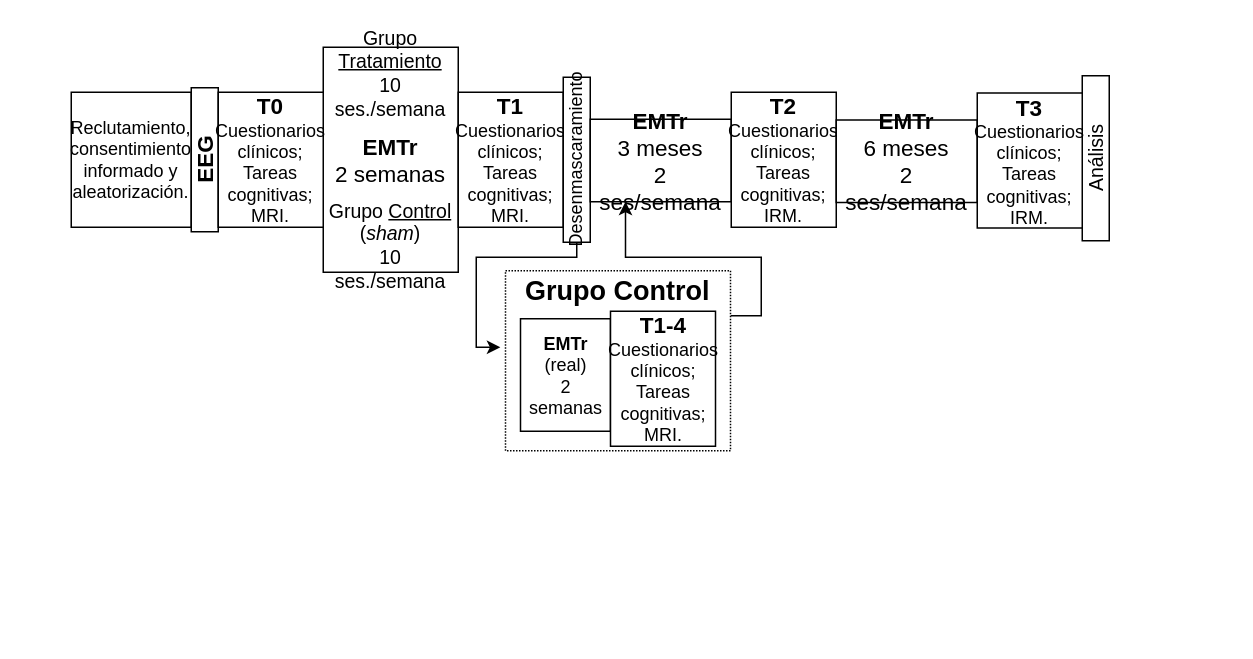
Above: Figures/Des1.drawio in soffiafdz/TesisINB (draw.io), before the change. Source tidied: cells renumbered, new cells numbered last; positions are measured from the earlier drawing's top-left corner, leaving out a move shared by most shapes. Both pictures are drawn from the tidied source at 150%, with x=0, y=0 at pixel (70, 46).
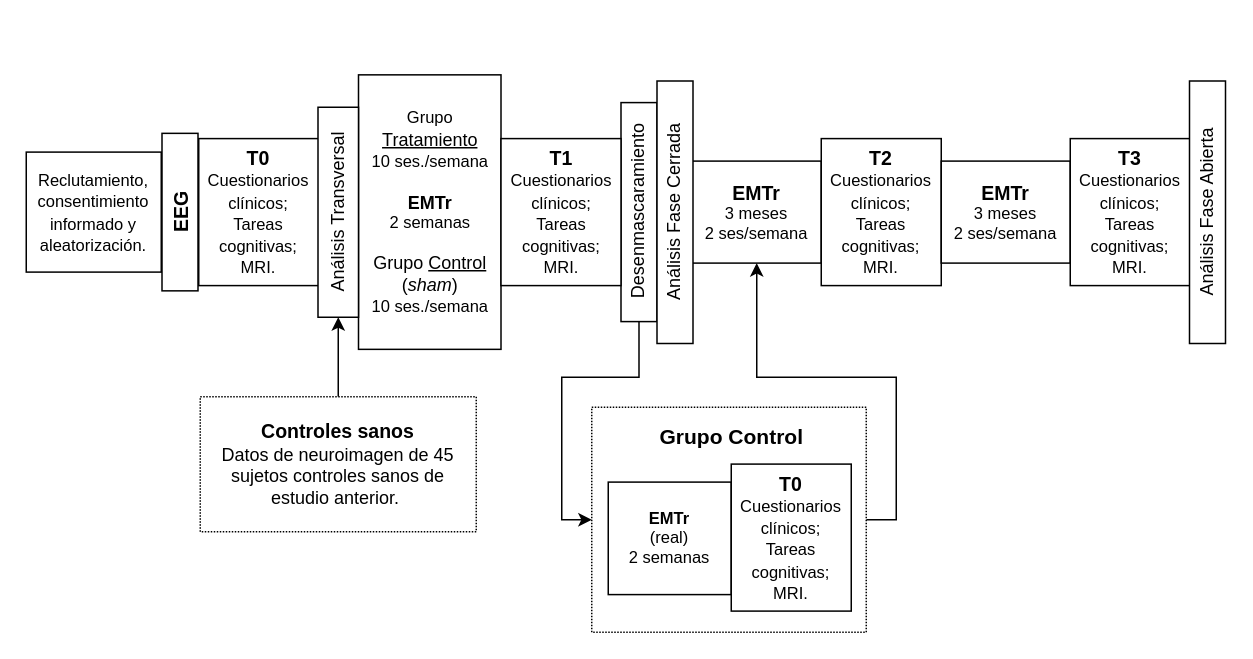
Above is the later version.

Diff of the diagram source:
```diff
@@
-    <mxCell id="2" style="edgeStyle=orthogonalEdgeStyle;rounded=0;jettySize=auto;html=1;exitX=1;exitY=0.25;exitDx=0;exitDy=0;entryX=0.25;entryY=1;entryDx=0;entryDy=0;" parent="1" edge="1" source="3" target="13">
+    <mxCell id="2" style="edgeStyle=orthogonalEdgeStyle;rounded=0;jettySize=auto;html=1;entryX=0.5;entryY=1;entryDx=0;entryDy=0;exitX=1;exitY=0.5;exitDx=0;exitDy=0;" parent="1" edge="1" source="3" target="13">
       <mxGeometry relative="1" as="geometry">
         <Array as="points">
-          <mxPoint x="460" y="179" />
-          <mxPoint x="460" y="140" />
-          <mxPoint x="370" y="140" />
+          <mxPoint x="550" y="315" />
+          <mxPoint x="550" y="220" />
+          <mxPoint x="457" y="220" />
         </Array>
       </mxGeometry>
     </mxCell>
     <mxCell id="3" style="rounded=0;whiteSpace=wrap;html=1;dashed=1;dashPattern=1 1;rotation=0;" parent="1" vertex="1">
-      <mxGeometry x="289.5" y="149" width="150" height="120" as="geometry" />
+      <mxGeometry x="347" y="240" width="183" height="150" as="geometry" />
     </mxCell>
-    <mxCell id="4" value="&lt;font style=&quot;font-size: 12px&quot;&gt;Reclutamiento, &lt;br&gt;consentimiento informado y aleatorización.&lt;br&gt;&lt;/font&gt;" style="rounded=0;whiteSpace=wrap;html=1;rotation=0;" parent="1" vertex="1">
-      <mxGeometry y="30" width="80" height="90" as="geometry" />
+    <mxCell id="4" value="&lt;font style=&quot;font-size: 11px&quot;&gt;Reclutamiento, &lt;br&gt;consentimiento informado y aleatorización.&lt;br&gt;&lt;/font&gt;" style="rounded=0;whiteSpace=wrap;html=1;rotation=0;" parent="1" vertex="1">
+      <mxGeometry x="-30" y="69.9" width="90" height="80" as="geometry" />
     </mxCell>
-    <mxCell id="5" value="&lt;h2 style=&quot;font-size: 15px&quot;&gt;&lt;font style=&quot;font-size: 15px&quot;&gt;EEG&lt;/font&gt;&lt;/h2&gt;" style="rounded=0;whiteSpace=wrap;html=1;rotation=-90;" parent="1" vertex="1">
-      <mxGeometry x="41" y="66" width="96" height="18" as="geometry" />
+    <mxCell id="5" value="&lt;h2&gt;&lt;font style=&quot;font-size: 13px&quot;&gt;EEG&lt;/font&gt;&lt;/h2&gt;" style="rounded=0;whiteSpace=wrap;html=1;rotation=-90;" parent="1" vertex="1">
+      <mxGeometry x="20" y="97.9" width="105" height="24" as="geometry" />
     </mxCell>
-    <mxCell id="6" value="&lt;font style=&quot;font-size: 13px&quot;&gt;Grupo &lt;u&gt;Tratamiento&lt;/u&gt;&lt;br&gt;10 ses./semana&lt;/font&gt;&lt;font style=&quot;font-size: 12px&quot;&gt;&lt;br&gt;&lt;/font&gt;&lt;div style=&quot;font-size: 7px&quot;&gt;&lt;font style=&quot;font-size: 7px&quot;&gt;&lt;br&gt;&lt;/font&gt;&lt;/div&gt;&lt;div style=&quot;font-size: 15px&quot;&gt;&lt;font style=&quot;font-size: 15px&quot;&gt;&lt;b&gt;EMTr&lt;/b&gt;&lt;br&gt;2 semanas&lt;br&gt;&lt;/font&gt;&lt;/div&gt;&lt;div style=&quot;font-size: 7px&quot;&gt;&lt;font style=&quot;font-size: 7px&quot;&gt;&lt;br&gt;&lt;/font&gt;&lt;/div&gt;&lt;div style=&quot;font-size: 13px&quot;&gt;&lt;font style=&quot;font-size: 13px&quot;&gt;Grupo &lt;u&gt;Control&lt;/u&gt;&lt;br&gt;(&lt;i&gt;sham&lt;/i&gt;)&lt;br&gt;10 ses./semana&lt;br&gt;&lt;/font&gt;&lt;/div&gt;" style="rounded=0;whiteSpace=wrap;html=1;rotation=0;" parent="1" vertex="1">
-      <mxGeometry x="168" width="90" height="150" as="geometry" />
+    <mxCell id="6" value="&lt;font style=&quot;font-size: 11px&quot;&gt;&lt;font style=&quot;font-size: 11px&quot;&gt;Grupo &lt;u style=&quot;font-size: 12px&quot;&gt;Tratamiento&lt;/u&gt;&lt;br&gt;&lt;font style=&quot;font-size: 11px&quot;&gt;10 ses./semana&lt;/font&gt;&lt;/font&gt;&lt;font style=&quot;font-size: 11px&quot;&gt;&lt;br&gt;&lt;/font&gt;&lt;/font&gt;&lt;div style=&quot;font-size: 11px&quot;&gt;&lt;font style=&quot;font-size: 11px&quot;&gt;&lt;br&gt;&lt;/font&gt;&lt;/div&gt;&lt;div style=&quot;font-size: 11px&quot;&gt;&lt;font style=&quot;font-size: 11px&quot;&gt;&lt;b style=&quot;font-size: 12px&quot;&gt;EMTr&lt;/b&gt;&lt;br&gt;&lt;font style=&quot;font-size: 11px&quot;&gt;2 semanas&lt;br&gt;&lt;/font&gt;&lt;/font&gt;&lt;/div&gt;&lt;div style=&quot;font-size: 11px&quot;&gt;&lt;font style=&quot;font-size: 11px&quot;&gt;&lt;br&gt;&lt;/font&gt;&lt;/div&gt;&lt;div&gt;&lt;font&gt;Grupo &lt;u style=&quot;font-size: 12px&quot;&gt;Control&lt;/u&gt;&lt;br&gt;(&lt;i style=&quot;font-size: 12px&quot;&gt;sham&lt;/i&gt;)&lt;br&gt;&lt;font style=&quot;font-size: 11px&quot;&gt;10 ses./semana&lt;/font&gt;&lt;br&gt;&lt;/font&gt;&lt;/div&gt;" style="rounded=0;whiteSpace=wrap;html=1;rotation=0;" parent="1" vertex="1">
+      <mxGeometry x="191.5" y="18.4" width="95" height="183" as="geometry" />
     </mxCell>
-    <mxCell id="7" value="&lt;font style=&quot;font-size: 15px&quot;&gt;&lt;b&gt;&lt;font style=&quot;font-size: 15px&quot;&gt;T0&lt;/font&gt;&lt;/b&gt;&lt;/font&gt;&lt;br&gt;Cuestionarios clínicos;&lt;br&gt;Tareas cognitivas;&lt;br&gt;MRI." style="rounded=0;whiteSpace=wrap;html=1;rotation=0;" parent="1" vertex="1">
-      <mxGeometry x="98" y="30" width="70" height="90" as="geometry" />
+    <mxCell id="7" value="&lt;font&gt;&lt;b&gt;&lt;font style=&quot;font-size: 13px&quot;&gt;T0&lt;/font&gt;&lt;/b&gt;&lt;/font&gt;&lt;br&gt;&lt;font style=&quot;font-size: 11px&quot;&gt;Cuestionarios clínicos;&lt;br&gt;Tareas cognitivas;&lt;br&gt;MRI.&lt;/font&gt;" style="rounded=0;whiteSpace=wrap;html=1;rotation=0;" parent="1" vertex="1">
+      <mxGeometry x="85" y="60.9" width="80" height="98" as="geometry" />
     </mxCell>
-    <mxCell id="8" value="&lt;font style=&quot;font-size: 15px&quot;&gt;&lt;b&gt;&lt;font style=&quot;font-size: 15px&quot;&gt;T1&lt;/font&gt;&lt;/b&gt;&lt;/font&gt;&lt;br&gt;Cuestionarios clínicos;&lt;br&gt;Tareas cognitivas;&lt;br&gt;MRI." style="rounded=0;whiteSpace=wrap;html=1;rotation=0;" parent="1" vertex="1">
-      <mxGeometry x="258" y="30" width="70" height="90" as="geometry" />
-    </mxCell>
-    <mxCell id="9" style="edgeStyle=orthogonalEdgeStyle;rounded=0;jettySize=auto;html=1;entryX=-0.023;entryY=0.425;entryDx=0;entryDy=0;entryPerimeter=0;" parent="1" edge="1" source="10" target="3">
+    <mxCell id="9" style="edgeStyle=orthogonalEdgeStyle;rounded=0;jettySize=auto;html=1;exitX=0;exitY=0.5;exitDx=0;exitDy=0;entryX=0;entryY=0.5;entryDx=0;entryDy=0;" parent="1" edge="1" source="10" target="3">
       <mxGeometry relative="1" as="geometry">
         <Array as="points">
-          <mxPoint x="337" y="140" />
-          <mxPoint x="270" y="140" />
-          <mxPoint x="270" y="200" />
+          <mxPoint x="378" y="220" />
+          <mxPoint x="327" y="220" />
+          <mxPoint x="327" y="315" />
         </Array>
       </mxGeometry>
     </mxCell>
     <mxCell id="10" value="&lt;div&gt;Desenmascaramiento&lt;/div&gt;" style="rounded=0;whiteSpace=wrap;html=1;rotation=-90;" parent="1" vertex="1">
-      <mxGeometry x="282" y="66" width="110" height="18" as="geometry" />
+      <mxGeometry x="305.5" y="97.9" width="146" height="24" as="geometry" />
     </mxCell>
-    <mxCell id="11" value="&lt;div&gt;&lt;b&gt;EMTr&lt;br&gt;&lt;/b&gt;(real)&lt;br&gt;2 semanas&lt;/div&gt;" style="rounded=0;whiteSpace=wrap;html=1;rotation=0;" parent="1" vertex="1">
-      <mxGeometry x="299.5" y="181" width="60" height="75" as="geometry" />
+    <mxCell id="11" value="&lt;div style=&quot;font-size: 11px&quot;&gt;&lt;b&gt;EMTr&lt;br&gt;&lt;/b&gt;(real)&lt;br&gt;2 semanas&lt;/div&gt;" style="rounded=0;whiteSpace=wrap;html=1;rotation=0;" parent="1" vertex="1">
+      <mxGeometry x="358" y="289.9" width="82" height="75" as="geometry" />
     </mxCell>
-    <mxCell id="12" value="&lt;font style=&quot;font-size: 15px&quot;&gt;&lt;b&gt;&lt;font style=&quot;font-size: 15px&quot;&gt;T1-4&lt;/font&gt;&lt;/b&gt;&lt;/font&gt;&lt;br&gt;Cuestionarios clínicos;&lt;br&gt;Tareas cognitivas;&lt;br&gt;MRI." style="rounded=0;whiteSpace=wrap;html=1;rotation=0;" parent="1" vertex="1">
-      <mxGeometry x="359.5" y="176" width="70" height="90" as="geometry" />
-    </mxCell>
-    <mxCell id="13" value="&lt;font style=&quot;font-size: 15px&quot;&gt;&lt;b&gt;EMTr&lt;/b&gt;&lt;/font&gt;&lt;br&gt;&lt;div style=&quot;font-size: 15px&quot;&gt;&lt;font style=&quot;font-size: 15px&quot;&gt;3 meses&lt;br&gt;&lt;/font&gt;&lt;/div&gt;&lt;div style=&quot;font-size: 15px&quot;&gt;&lt;font style=&quot;font-size: 15px&quot;&gt;2 ses/semana&lt;br&gt;&lt;/font&gt;&lt;/div&gt;" style="rounded=0;whiteSpace=wrap;html=1;rotation=0;" parent="1" vertex="1">
-      <mxGeometry x="346" y="48" width="94" height="55" as="geometry" />
+    <mxCell id="13" value="&lt;font style=&quot;font-size: 13px&quot;&gt;&lt;font style=&quot;font-size: 13px&quot;&gt;&lt;b&gt;EMTr&lt;/b&gt;&lt;/font&gt;&lt;br&gt;&lt;/font&gt;&lt;div style=&quot;font-size: 11px&quot;&gt;&lt;font style=&quot;font-size: 11px&quot;&gt;3 meses&lt;br&gt;&lt;/font&gt;&lt;/div&gt;&lt;div style=&quot;font-size: 11px&quot;&gt;&lt;font style=&quot;font-size: 11px&quot;&gt;2 ses/semana&lt;br&gt;&lt;/font&gt;&lt;/div&gt;" style="rounded=0;whiteSpace=wrap;html=1;rotation=0;" parent="1" vertex="1">
+      <mxGeometry x="414" y="75.9" width="86" height="68" as="geometry" />
     </mxCell>
-    <mxCell id="14" value="&lt;font style=&quot;font-size: 15px&quot;&gt;&lt;b&gt;&lt;font style=&quot;font-size: 15px&quot;&gt;T2&lt;/font&gt;&lt;/b&gt;&lt;/font&gt;&lt;br&gt;Cuestionarios clínicos;&lt;br&gt;Tareas cognitivas;&lt;br&gt;IRM." style="rounded=0;whiteSpace=wrap;html=1;rotation=0;" parent="1" vertex="1">
-      <mxGeometry x="440" y="30" width="70" height="90" as="geometry" />
-    </mxCell>
-    <mxCell id="15" value="&lt;b&gt;&lt;font style=&quot;font-size: 18px&quot;&gt;Grupo Control&lt;/font&gt;&lt;/b&gt;" style="text;html=1;strokeColor=none;fillColor=none;align=center;verticalAlign=middle;whiteSpace=wrap;rounded=0;dashed=1;dashPattern=1 1;rotation=0;" parent="1" vertex="1">
-      <mxGeometry x="282" y="153" width="165" height="20" as="geometry" />
+    <mxCell id="15" value="&lt;b&gt;&lt;font style=&quot;font-size: 14px&quot;&gt;Grupo Control&lt;/font&gt;&lt;/b&gt;" style="text;html=1;strokeColor=none;fillColor=none;align=center;verticalAlign=middle;whiteSpace=wrap;rounded=0;dashed=1;dashPattern=1 1;rotation=0;" parent="1" vertex="1">
+      <mxGeometry x="357.5" y="249.9" width="165" height="20" as="geometry" />
     </mxCell>
-    <mxCell id="16" value="&lt;div style=&quot;font-size: 13px&quot;&gt;Análisis&lt;/div&gt;" style="rounded=0;whiteSpace=wrap;html=1;rotation=-90;" parent="1" vertex="1">
-      <mxGeometry x="628" y="65" width="110" height="18" as="geometry" />
-    </mxCell>
-    <mxCell id="17" value="&lt;font style=&quot;font-size: 15px&quot;&gt;&lt;b&gt;EMTr&lt;/b&gt;&lt;/font&gt;&lt;br&gt;&lt;div style=&quot;font-size: 15px&quot;&gt;&lt;font style=&quot;font-size: 15px&quot;&gt;6 meses&lt;br&gt;&lt;/font&gt;&lt;/div&gt;&lt;div style=&quot;font-size: 15px&quot;&gt;&lt;font style=&quot;font-size: 15px&quot;&gt;2 ses/semana&lt;br&gt;&lt;/font&gt;&lt;/div&gt;" style="rounded=0;whiteSpace=wrap;html=1;rotation=0;" parent="1" vertex="1">
-      <mxGeometry x="510" y="48.5" width="94" height="55" as="geometry" />
-    </mxCell>
-    <mxCell id="18" value="&lt;font style=&quot;font-size: 15px&quot;&gt;&lt;b&gt;&lt;font style=&quot;font-size: 15px&quot;&gt;T3&lt;/font&gt;&lt;/b&gt;&lt;/font&gt;&lt;br&gt;Cuestionarios clínicos;&lt;br&gt;Tareas cognitivas;&lt;br&gt;IRM." style="rounded=0;whiteSpace=wrap;html=1;rotation=0;" parent="1" vertex="1">
-      <mxGeometry x="604" y="30.5" width="70" height="90" as="geometry" />
-    </mxCell>
+    <mxCell id="8" value="&lt;font&gt;&lt;b&gt;&lt;font style=&quot;font-size: 13px&quot;&gt;T1&lt;/font&gt;&lt;/b&gt;&lt;/font&gt;&lt;br&gt;&lt;font style=&quot;font-size: 11px&quot;&gt;Cuestionarios clínicos;&lt;br&gt;Tareas cognitivas;&lt;br&gt;MRI.&lt;/font&gt;" style="rounded=0;whiteSpace=wrap;html=1;rotation=0;" parent="1" vertex="1">
+      <mxGeometry x="286.5" y="60.9" width="80" height="98" as="geometry" />
+    </mxCell>
+    <mxCell id="19" value="&lt;font&gt;&lt;b&gt;&lt;font style=&quot;font-size: 13px&quot;&gt;T2&lt;/font&gt;&lt;/b&gt;&lt;/font&gt;&lt;br&gt;&lt;font style=&quot;font-size: 11px&quot;&gt;Cuestionarios clínicos;&lt;br&gt;Tareas cognitivas;&lt;br&gt;MRI.&lt;/font&gt;" style="rounded=0;whiteSpace=wrap;html=1;rotation=0;" parent="1" vertex="1">
+      <mxGeometry x="500" y="60.9" width="80" height="98" as="geometry" />
+    </mxCell>
+    <mxCell id="20" value="&lt;font style=&quot;font-size: 13px&quot;&gt;&lt;font style=&quot;font-size: 13px&quot;&gt;&lt;b&gt;EMTr&lt;/b&gt;&lt;/font&gt;&lt;br&gt;&lt;/font&gt;&lt;div style=&quot;font-size: 11px&quot;&gt;&lt;font style=&quot;font-size: 11px&quot;&gt;3 meses&lt;br&gt;&lt;/font&gt;&lt;/div&gt;&lt;div style=&quot;font-size: 11px&quot;&gt;&lt;font style=&quot;font-size: 11px&quot;&gt;2 ses/semana&lt;br&gt;&lt;/font&gt;&lt;/div&gt;" style="rounded=0;whiteSpace=wrap;html=1;rotation=0;" parent="1" vertex="1">
+      <mxGeometry x="580" y="75.9" width="86" height="68" as="geometry" />
+    </mxCell>
+    <mxCell id="21" value="&lt;font&gt;&lt;b&gt;&lt;font style=&quot;font-size: 13px&quot;&gt;T3&lt;/font&gt;&lt;/b&gt;&lt;/font&gt;&lt;br&gt;&lt;font style=&quot;font-size: 11px&quot;&gt;Cuestionarios clínicos;&lt;br&gt;Tareas cognitivas;&lt;br&gt;MRI.&lt;/font&gt;" style="rounded=0;whiteSpace=wrap;html=1;rotation=0;" parent="1" vertex="1">
+      <mxGeometry x="666" y="60.9" width="80" height="98" as="geometry" />
+    </mxCell>
+    <mxCell id="22" value="&lt;font&gt;&lt;b&gt;&lt;font style=&quot;font-size: 13px&quot;&gt;T0&lt;/font&gt;&lt;/b&gt;&lt;/font&gt;&lt;br&gt;&lt;font style=&quot;font-size: 11px&quot;&gt;Cuestionarios clínicos;&lt;br&gt;Tareas cognitivas;&lt;br&gt;MRI.&lt;/font&gt;" style="rounded=0;whiteSpace=wrap;html=1;rotation=0;" parent="1" vertex="1">
+      <mxGeometry x="440" y="277.9" width="80" height="98" as="geometry" />
+    </mxCell>
+    <mxCell id="23" value="&lt;div&gt;&lt;font style=&quot;font-size: 12px&quot;&gt;Análisis Fase Cerrada&lt;/font&gt;&lt;/div&gt;" style="rounded=0;whiteSpace=wrap;html=1;rotation=-90;" parent="1" vertex="1">
+      <mxGeometry x="315" y="98" width="175" height="24" as="geometry" />
+    </mxCell>
+    <mxCell id="24" value="&lt;div&gt;&lt;font style=&quot;font-size: 12px&quot;&gt;Análisis Transversal&lt;/font&gt;&lt;/div&gt;" style="rounded=0;whiteSpace=wrap;html=1;rotation=-90;" parent="1" vertex="1">
+      <mxGeometry x="108" y="96.5" width="140" height="27" as="geometry" />
+    </mxCell>
+    <mxCell id="25" value="&lt;div&gt;&lt;font style=&quot;font-size: 12px&quot;&gt;Análisis Fase Abierta&lt;/font&gt;&lt;/div&gt;" style="rounded=0;whiteSpace=wrap;html=1;rotation=-90;" parent="1" vertex="1">
+      <mxGeometry x="670" y="98" width="175" height="24" as="geometry" />
+    </mxCell>
+    <mxCell id="26" style="edgeStyle=orthogonalEdgeStyle;rounded=0;jettySize=auto;html=1;" parent="1" edge="1" source="27" target="24">
+      <mxGeometry relative="1" as="geometry" />
+    </mxCell>
+    <mxCell id="27" value="&lt;font style=&quot;font-size: 13px&quot;&gt;&lt;b&gt;Controles sanos &lt;br&gt;&lt;/b&gt;&lt;/font&gt;Datos de neuroimagen de 45 sujetos controles sanos de estudio anterior.&amp;nbsp;" style="rounded=0;whiteSpace=wrap;html=1;dashed=1;dashPattern=1 1;rotation=0;" parent="1" vertex="1">
+      <mxGeometry x="86" y="233" width="184" height="90" as="geometry" />
+    </mxCell>
```
